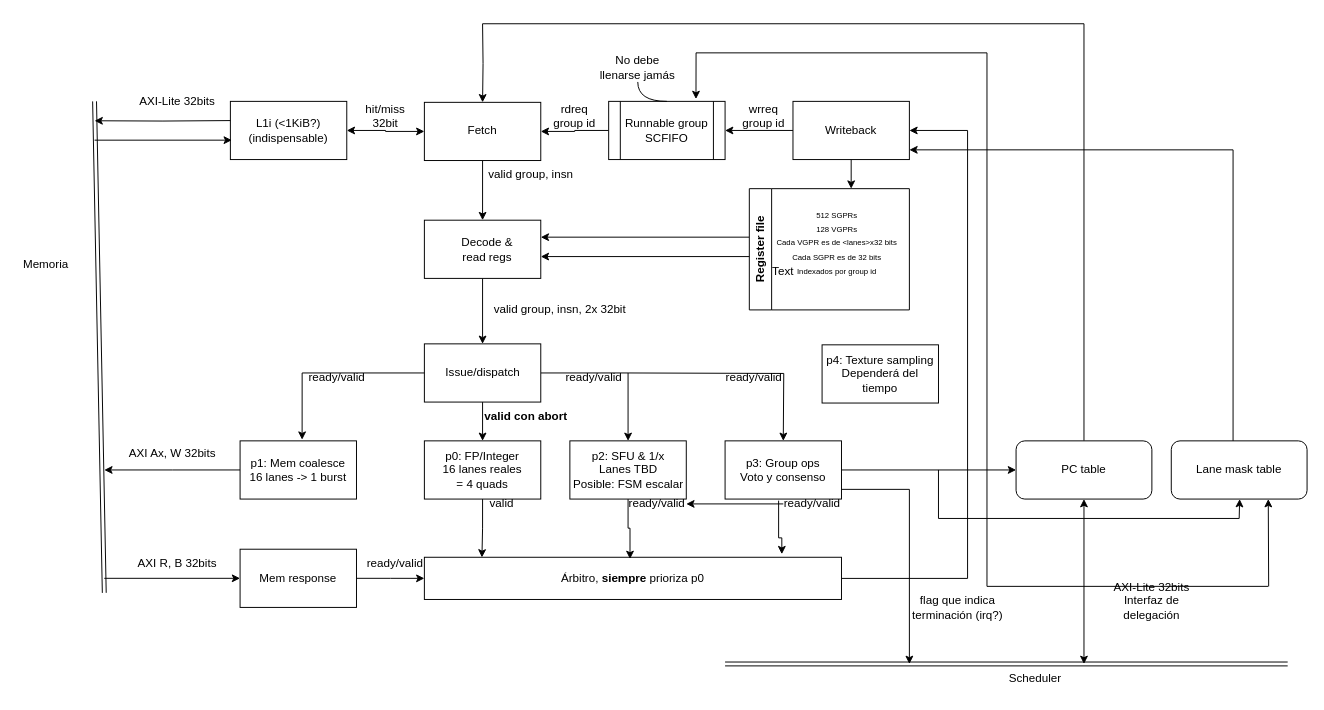
Before: doc/diagrams/shadercore.drawio in 3442/conspiracion, a draw.io diagram. Source tidied: cells renumbered, new cells numbered last; positions are measured from the earlier drawing's top-left corner, leaving out a move shared by most shapes. Both pictures are drawn from the tidied source at 97%, with x=0, y=0 at pixel (16, 23).
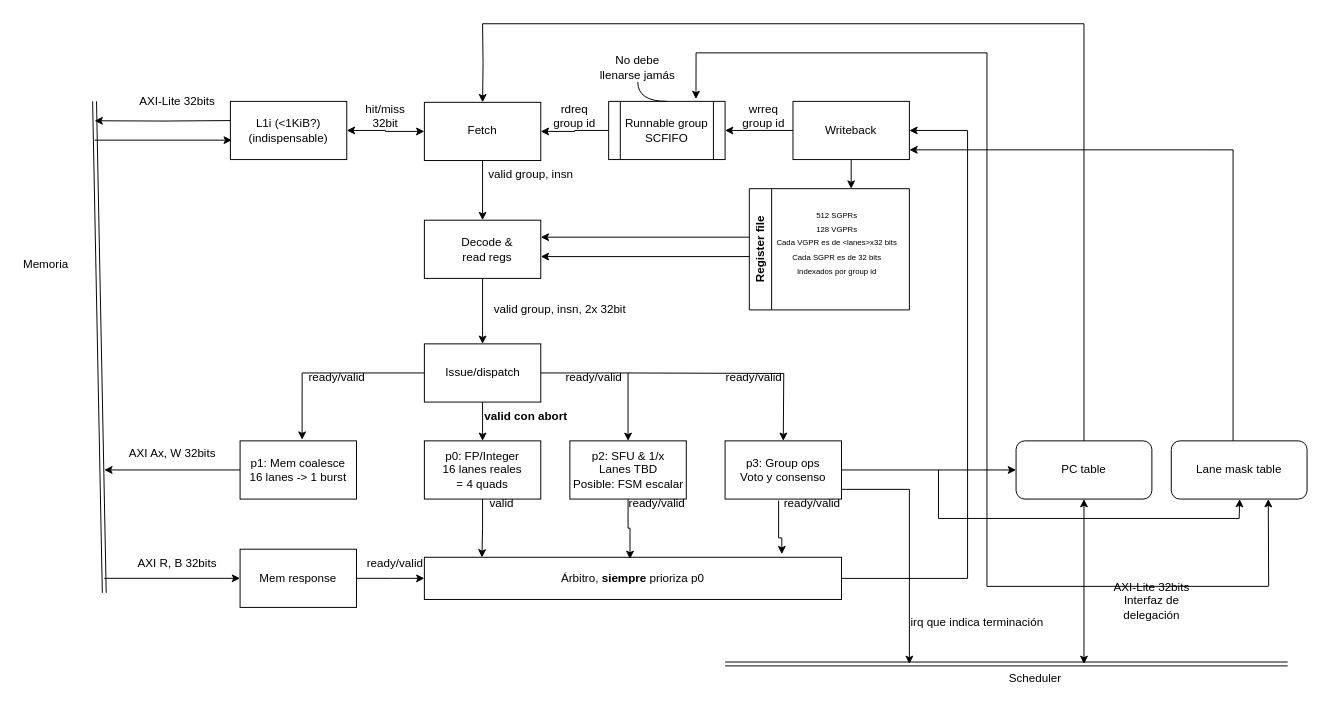
The same page after the edit.

Commit message (it also covers changes not shown here):
doc/diagrams: update to match design doc

Unchanged cells that the change refers to:
```xml
<mxCell id="59" value="&lt;div&gt;ready/valid&lt;/div&gt;" style="text;html=1;align=center;verticalAlign=middle;whiteSpace=wrap;rounded=0;" parent="1" vertex="1">
  <mxGeometry x="790" y="480" width="60" height="30" as="geometry" />
</mxCell>
<mxCell id="60" value="&lt;div&gt;ready/valid&lt;/div&gt;" style="text;html=1;align=center;verticalAlign=middle;whiteSpace=wrap;rounded=0;" parent="1" vertex="1">
  <mxGeometry x="630" y="480" width="60" height="30" as="geometry" />
</mxCell>
```

Change to the diagram source:
```diff
@@
-    <mxCell id="58" style="edgeStyle=orthogonalEdgeStyle;rounded=0;jettySize=auto;html=1;" parent="1" edge="1" source="59" target="60">
-      <mxGeometry relative="1" as="geometry" />
-    </mxCell>
@@
-    <mxCell id="70" value="Text" style="text;strokeColor=none;align=center;fillColor=none;html=1;verticalAlign=middle;whiteSpace=wrap;rounded=0;" parent="1" vertex="1">
-      <mxGeometry x="760" y="240" width="60" height="30" as="geometry" />
-    </mxCell>
@@
-    <mxCell id="83" value="&lt;div&gt;flag que indica terminación (irq?)&lt;br&gt;&lt;/div&gt;" style="text;html=1;align=center;verticalAlign=middle;whiteSpace=wrap;rounded=0;" parent="1" vertex="1">
-      <mxGeometry x="900" y="586.7" width="140" height="30" as="geometry" />
+    <mxCell id="83" value="irq que indica terminación" style="text;html=1;align=center;verticalAlign=middle;whiteSpace=wrap;rounded=0;" parent="1" vertex="1">
+      <mxGeometry x="920" y="601.7" width="140" height="30" as="geometry" />
     </mxCell>
@@
-    <mxCell id="92" value="&lt;div&gt;p4: Texture sampling&lt;/div&gt;&lt;div&gt;Dependerá del tiempo&lt;br&gt;&lt;/div&gt;" style="rounded=0;whiteSpace=wrap;html=1;" parent="1" vertex="1">
-      <mxGeometry x="830" y="331" width="120" height="60" as="geometry" />
-    </mxCell>
```
